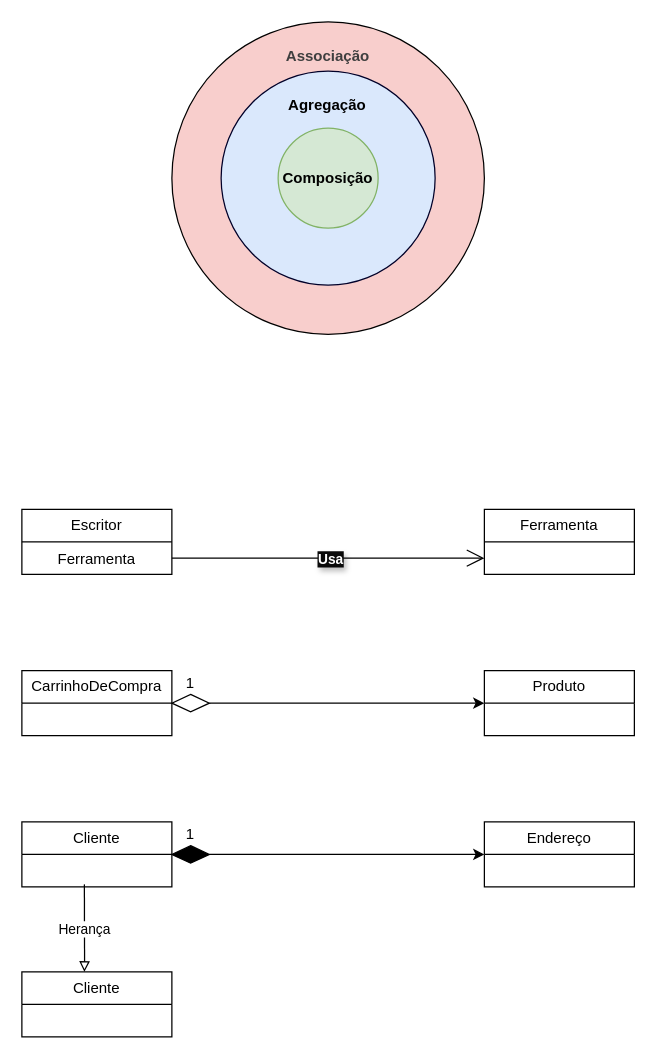
Above: Secao_3_Introducao_a_Programacao_Orientada_a_Objetos_em_Python/Codigo_176.drawio in JoaoAugustoColassoHandocha/Codigos_Aulas_Curso_de_Python_3_do_basico_ao_avancado (draw.io), before the change. Source tidied: cells renumbered, new cells numbered last; positions are measured from the earlier drawing's top-left corner, leaving out a move shared by most shapes. Both pictures are drawn from the tidied source at 125%, with x=0, y=0 at pixel (21, 21).
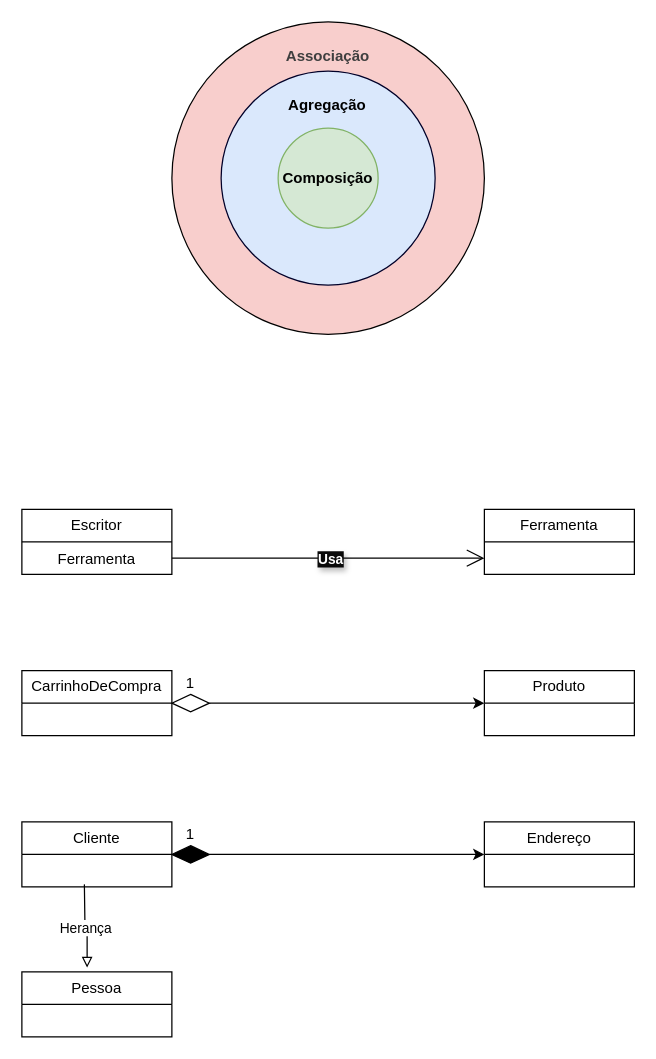
Above is the later version.

The change refers to these unchanged cells:
```xml
<mxCell id="18" value="Cliente" style="swimlane;fontStyle=0;horizontal=1;startSize=26;fillColor=none;whiteSpace=wrap;html=1;" parent="1" vertex="1">
  <mxGeometry y="640" width="120" height="52" as="geometry" />
</mxCell>
```

Diff of the diagram source:
```diff
@@
-    <mxCell id="19" style="html=1;labelBackgroundColor=#ffffff;jettySize=auto;fontSize=14;rounded=0;jumpStyle=gap;edgeStyle=orthogonalEdgeStyle;startArrow=none;endArrow=block;endFill=0;strokeWidth=1;entryX=0.417;entryY=0;entryDx=0;entryDy=0;entryPerimeter=0;" parent="18" edge="1" target="24">
+    <mxCell id="19" style="html=1;labelBackgroundColor=#ffffff;jettySize=auto;fontSize=14;rounded=0;jumpStyle=gap;edgeStyle=orthogonalEdgeStyle;startArrow=none;endArrow=block;endFill=0;strokeWidth=1;entryX=0.435;entryY=-0.066;entryDx=0;entryDy=0;entryPerimeter=0;" parent="18" edge="1" target="24">
       <mxGeometry relative="1" as="geometry">
         <mxPoint x="50" y="50" as="sourcePoint" />
       </mxGeometry>
     </mxCell>
@@
-    <mxCell id="24" value="Cliente" style="swimlane;fontStyle=0;horizontal=1;startSize=26;fillColor=none;whiteSpace=wrap;html=1;" parent="1" vertex="1">
+    <mxCell id="24" value="Pessoa" style="swimlane;fontStyle=0;horizontal=1;startSize=26;fillColor=none;whiteSpace=wrap;html=1;" parent="1" vertex="1">
       <mxGeometry y="760" width="120" height="52" as="geometry" />
     </mxCell>
```
